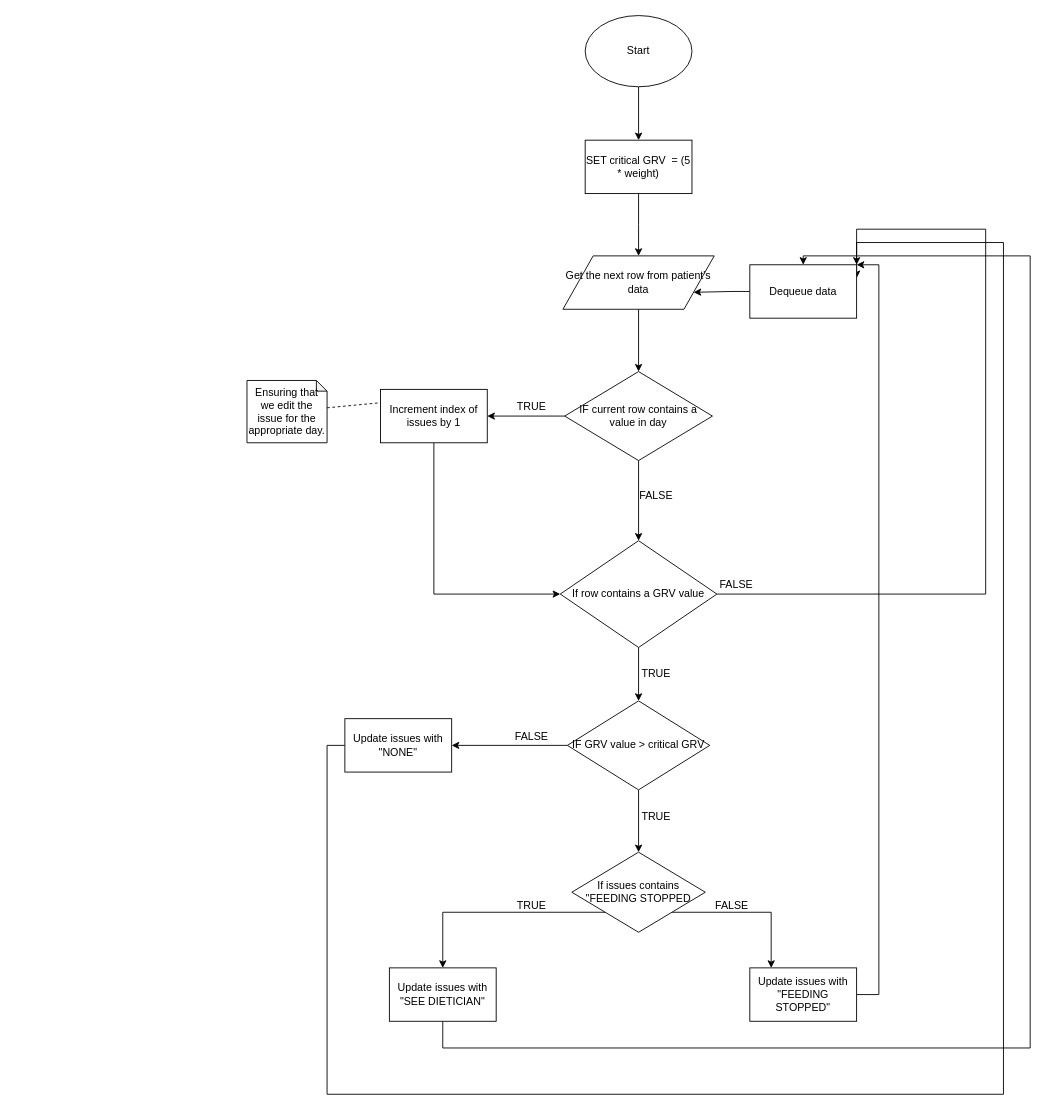
The draw.io diagram plan/algorithm low risk.drawio in MichaelTonkin/ic-food-helper, before the edit. Source tidied: cells renumbered, new cells numbered last; positions are measured from the earlier drawing's top-left corner, leaving out a move shared by most shapes. Both pictures are drawn from the tidied source at 89%, with x=0, y=0 at pixel (247, 15).
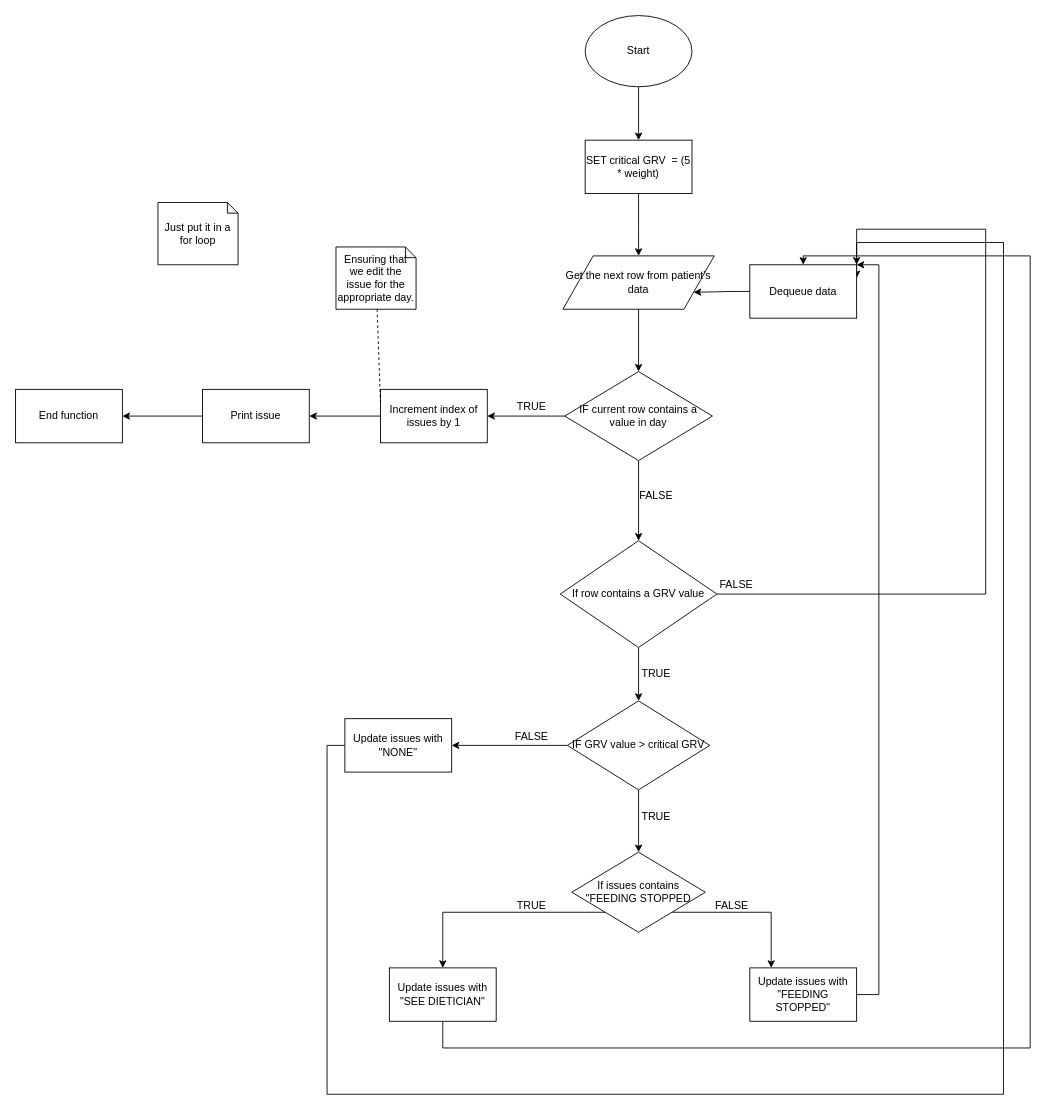
The same diagram, later.

Commit message (it also covers changes not shown here):
Algorithm coded (broken)

The change refers to these unchanged cells:
```xml
<mxCell id="26" value="If row contains a GRV value" style="rhombus;whiteSpace=wrap;html=1;" parent="1" vertex="1">
  <mxGeometry x="352" y="590" width="176" height="120" as="geometry" />
</mxCell>
<mxCell id="31" value="Increment index of issues by 1" style="rounded=0;whiteSpace=wrap;html=1;" parent="1" vertex="1">
  <mxGeometry x="150" y="420" width="120" height="60" as="geometry" />
</mxCell>
```

What changed in the source:
```diff
@@
-    <mxCell id="30" style="edgeStyle=orthogonalEdgeStyle;rounded=0;jettySize=auto;html=1;exitX=0.5;exitY=1;exitDx=0;exitDy=0;entryX=0;entryY=0.5;entryDx=0;entryDy=0;" parent="1" edge="1" source="31" target="26">
-      <mxGeometry relative="1" as="geometry" />
-    </mxCell>
+    <mxCell id="40" style="edgeStyle=orthogonalEdgeStyle;rounded=0;jettySize=auto;html=1;exitX=0;exitY=0.5;exitDx=0;exitDy=0;" parent="1" edge="1" source="31" target="42">
+      <mxGeometry relative="1" as="geometry" />
+    </mxCell>
@@
     <mxCell id="32" value="Ensuring that we edit the issue for the appropriate day." style="shape=note;whiteSpace=wrap;html=1;backgroundOutline=1;darkOpacity=0.05;size=12;" parent="1" vertex="1">
-      <mxGeometry y="410" width="90" height="70" as="geometry" />
+      <mxGeometry x="100" y="260" width="90" height="70" as="geometry" />
     </mxCell>
@@
+    <mxCell id="41" style="edgeStyle=orthogonalEdgeStyle;rounded=0;jettySize=auto;html=1;" parent="1" edge="1" source="42" target="43">
+      <mxGeometry relative="1" as="geometry" />
+    </mxCell>
+    <mxCell id="42" value="Print issue" style="rounded=0;whiteSpace=wrap;html=1;" parent="1" vertex="1">
+      <mxGeometry x="-50" y="420" width="120" height="60" as="geometry" />
+    </mxCell>
+    <mxCell id="43" value="End function" style="rounded=0;whiteSpace=wrap;html=1;" parent="1" vertex="1">
+      <mxGeometry x="-260" y="420" width="120" height="60" as="geometry" />
+    </mxCell>
+    <mxCell id="44" value="Just put it in a for loop" style="shape=note;whiteSpace=wrap;html=1;backgroundOutline=1;darkOpacity=0.05;size=12;" parent="1" vertex="1">
+      <mxGeometry x="-100" y="210" width="90" height="70" as="geometry" />
+    </mxCell>
```
